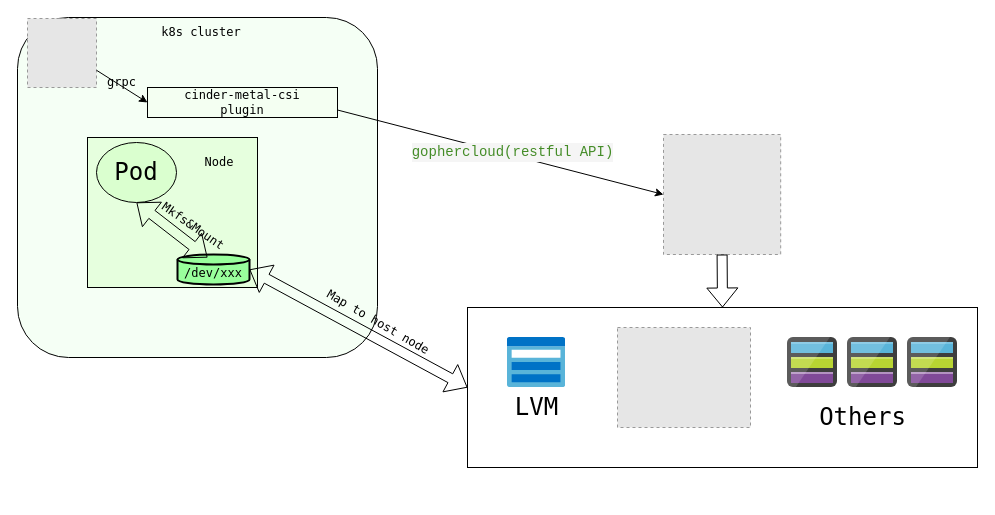
jeffyjf/drawio keeps this draw.io diagram as cinder-metal-csi.drawio. Above is the earlier version. Source tidied: cells renumbered, new cells numbered last; positions are measured from the earlier drawing's top-left corner, leaving out a move shared by most shapes. Both pictures are drawn from the tidied source at 100%, with x=0, y=0 at pixel (17, 17). Pictures stored in the file or linked from it are replaced by grey dashed boxes.
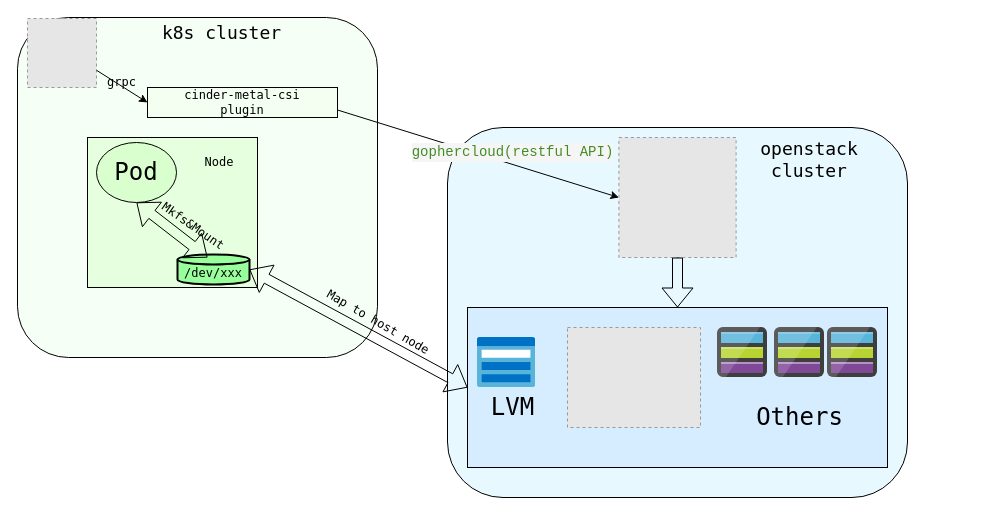
The same page after the edit.

The edit, as a diff of the source:
```diff
@@
+    <mxCell id="28" style="rounded=1;whiteSpace=wrap;html=1;fillColor=#E8F8FF;" parent="1" vertex="1">
+      <mxGeometry x="430" y="110" width="460" height="370" as="geometry" />
+    </mxCell>
-    <mxCell id="2" style="rounded=0;whiteSpace=wrap;html=1;fontFamily=Lucida Console;fontSize=12;labelBackgroundColor=#D6FFEF;fontColor=none;noLabel=1;" parent="1" vertex="1">
-      <mxGeometry x="450" y="290" width="510" height="160" as="geometry" />
+    <mxCell id="2" style="rounded=0;whiteSpace=wrap;html=1;fontFamily=Lucida Console;fontSize=12;labelBackgroundColor=#D6FFEF;fontColor=none;noLabel=1;fillColor=#D6ECFF;" parent="1" vertex="1">
+      <mxGeometry x="450" y="290" width="420" height="160" as="geometry" />
     </mxCell>
@@
     <mxCell id="4" style="fillColor=#E6E6E6;strokeColor=#999999;dashed=1;verticalLabelPosition=bottom;labelBackgroundColor=default;verticalAlign=top;" parent="1" vertex="1">
-      <mxGeometry x="646" y="117" width="117.2" height="120" as="geometry" />
+      <mxGeometry x="601.4" y="120" width="117.2" height="120" as="geometry" />
     </mxCell>
@@
     <mxCell id="6" style="fillColor=#E6E6E6;strokeColor=#999999;dashed=1;verticalLabelPosition=bottom;labelBackgroundColor=default;verticalAlign=top;" parent="1" vertex="1">
-      <mxGeometry x="600" y="310" width="133" height="100" as="geometry" />
+      <mxGeometry x="550" y="310" width="133" height="100" as="geometry" />
     </mxCell>
     <mxCell id="7" style="sketch=0;html=1;align=center;image;fontSize=12;image=img/lib/mscae/ClassicStorage.svg;" parent="1" vertex="1">
-      <mxGeometry x="490" y="320" width="58.1" height="50" as="geometry" />
+      <mxGeometry x="460" y="320" width="58.1" height="50" as="geometry" />
     </mxCell>
     <mxCell id="8" value="&lt;font style=&quot;font-size: 24px;&quot;&gt;LVM&lt;/font&gt;" style="text;html=1;align=center;verticalAlign=middle;fillColor=none;strokeColor=none;rounded=0;fontFamily=Lucida Console;" parent="1" vertex="1">
-      <mxGeometry x="484.1" y="370" width="70" height="40" as="geometry" />
+      <mxGeometry x="460" y="370" width="70" height="40" as="geometry" />
     </mxCell>
     <mxCell id="9" style="sketch=0;html=1;align=center;image;fontSize=12;image=img/lib/mscae/General_Storage.svg;fontFamily=Lucida Console;" parent="1" vertex="1">
-      <mxGeometry x="770" y="320" width="50" height="50" as="geometry" />
+      <mxGeometry x="700" y="310" width="50" height="50" as="geometry" />
     </mxCell>
     <mxCell id="10" value="Others" style="text;html=1;align=center;verticalAlign=middle;fillColor=none;strokeColor=none;rounded=0;fontFamily=Lucida Console;fontSize=24;" parent="1" vertex="1">
-      <mxGeometry x="790" y="380" width="110" height="40" as="geometry" />
+      <mxGeometry x="727" y="380" width="110" height="40" as="geometry" />
     </mxCell>
     <mxCell id="11" style="sketch=0;html=1;align=center;image;fontSize=12;image=img/lib/mscae/General_Storage.svg;fontFamily=Lucida Console;" parent="1" vertex="1">
-      <mxGeometry x="830" y="320" width="50" height="50" as="geometry" />
+      <mxGeometry x="757" y="310" width="50" height="50" as="geometry" />
     </mxCell>
     <mxCell id="12" style="sketch=0;html=1;align=center;image;fontSize=12;image=img/lib/mscae/General_Storage.svg;fontFamily=Lucida Console;" parent="1" vertex="1">
-      <mxGeometry x="890" y="320" width="50" height="50" as="geometry" />
+      <mxGeometry x="810" y="310" width="50" height="50" as="geometry" />
     </mxCell>
@@
-    <mxCell id="26" value="k8s cluster" style="text;html=1;strokeColor=none;fillColor=none;align=center;verticalAlign=middle;whiteSpace=wrap;rounded=0;labelBackgroundColor=none;fontFamily=Lucida Console;fontSize=12;fontColor=none;" parent="1" vertex="1">
-      <mxGeometry x="129" width="110" height="30" as="geometry" />
+    <mxCell id="26" value="k8s cluster" style="text;html=1;strokeColor=none;fillColor=none;align=center;verticalAlign=middle;whiteSpace=wrap;rounded=0;labelBackgroundColor=none;fontFamily=Lucida Console;fontSize=18;fontColor=none;" parent="1" vertex="1">
+      <mxGeometry x="129" width="151" height="30" as="geometry" />
     </mxCell>
@@
+    <mxCell id="29" value="openstack&lt;br&gt;cluster" style="text;html=1;strokeColor=none;fillColor=none;align=center;verticalAlign=middle;whiteSpace=wrap;rounded=0;fontFamily=Lucida Console;fontSize=18;" parent="1" vertex="1">
+      <mxGeometry x="727" y="120" width="130" height="43" as="geometry" />
+    </mxCell>
```
